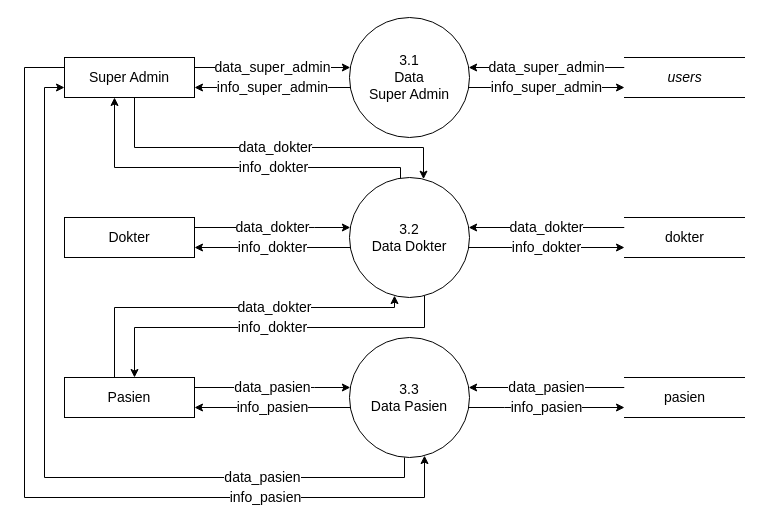
Above: laporan/DFD/DFD Level 1 User.drawio in FarrelArrahman/si_manajemen_reseller (draw.io), before the change. Source tidied: cells renumbered, new cells numbered last; positions are measured from the earlier drawing's top-left corner, leaving out a move shared by most shapes. Both pictures are drawn from the tidied source at 100%, with x=0, y=0 at pixel (24, 17).
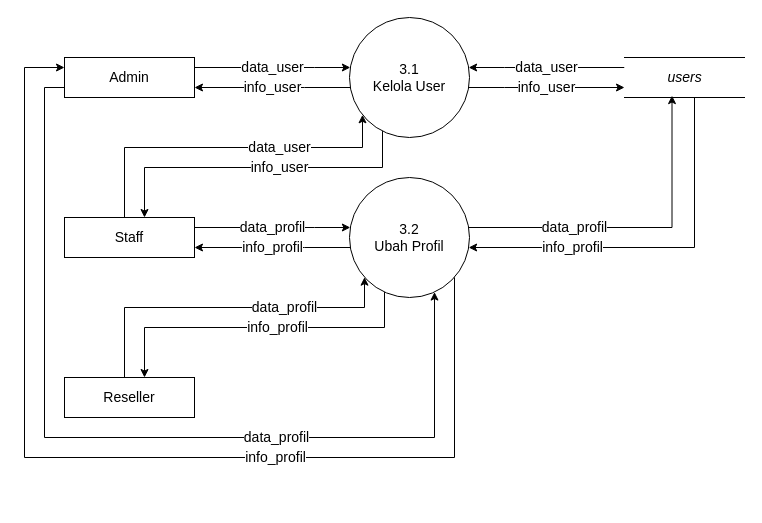
The same diagram, later.

The change refers to these unchanged cells:
```xml
<mxCell id="22" value="&lt;i style=&quot;font-size: 14px;&quot;&gt;users&lt;/i&gt;" style="html=1;dashed=0;whitespace=wrap;shape=partialRectangle;right=0;left=0;fontSize=14;" parent="1" vertex="1">
  <mxGeometry x="600" y="40" width="120" height="40" as="geometry" />
</mxCell>
```

Diff of the diagram source:
```diff
@@
-    <mxCell id="2" value="&lt;font style=&quot;font-size: 14px;&quot;&gt;3.1&lt;br style=&quot;font-size: 14px;&quot;&gt;Data&lt;br style=&quot;font-size: 14px;&quot;&gt;Super Admin&lt;br style=&quot;font-size: 14px;&quot;&gt;&lt;/font&gt;" style="ellipse;whiteSpace=wrap;html=1;fontSize=14;" parent="1" vertex="1">
+    <mxCell id="2" value="&lt;font style=&quot;font-size: 14px&quot;&gt;3.1&lt;br style=&quot;font-size: 14px&quot;&gt;Kelola User&lt;br style=&quot;font-size: 14px&quot;&gt;&lt;/font&gt;" style="ellipse;whiteSpace=wrap;html=1;fontSize=14;" parent="1" vertex="1">
       <mxGeometry x="325" width="120" height="120" as="geometry" />
     </mxCell>
-    <mxCell id="3" value="data_super_admin" style="edgeStyle=orthogonalEdgeStyle;rounded=0;jettySize=auto;html=1;exitX=1;exitY=0.25;exitDx=0;exitDy=0;fontSize=14;" parent="1" edge="1" source="9" target="2">
+    <mxCell id="3" value="data_user" style="edgeStyle=orthogonalEdgeStyle;rounded=0;jettySize=auto;html=1;exitX=1;exitY=0.25;exitDx=0;exitDy=0;fontSize=14;" parent="1" edge="1" source="9" target="2">
       <mxGeometry relative="1" as="geometry">
         <Array as="points">
           <mxPoint x="290" y="50" />
           <mxPoint x="290" y="50" />
         </Array>
       </mxGeometry>
     </mxCell>
-    <mxCell id="4" value="info_super_admin" style="edgeStyle=orthogonalEdgeStyle;rounded=0;jettySize=auto;html=1;entryX=1;entryY=0.75;entryDx=0;entryDy=0;fontSize=14;" parent="1" edge="1" source="2" target="9">
+    <mxCell id="4" value="info_user" style="edgeStyle=orthogonalEdgeStyle;rounded=0;jettySize=auto;html=1;entryX=1;entryY=0.75;entryDx=0;entryDy=0;fontSize=14;" parent="1" edge="1" source="2" target="9">
       <mxGeometry relative="1" as="geometry">
         <Array as="points">
           <mxPoint x="280" y="70" />
           <mxPoint x="280" y="70" />
         </Array>
       </mxGeometry>
     </mxCell>
-    <mxCell id="5" value="data_dokter" style="edgeStyle=orthogonalEdgeStyle;rounded=0;jettySize=auto;html=1;fontSize=14;" parent="1" edge="1" source="9" target="18">
-      <mxGeometry x="0.03" relative="1" as="geometry">
+    <mxCell id="5" value="data_profil" style="edgeStyle=orthogonalEdgeStyle;rounded=0;jettySize=auto;html=1;fontSize=14;" parent="1" edge="1" source="9" target="18">
+      <mxGeometry x="0.33" relative="1" as="geometry">
         <Array as="points">
-          <mxPoint x="110" y="130" />
-          <mxPoint x="399" y="130" />
+          <mxPoint x="20" y="70" />
+          <mxPoint x="20" y="420" />
+          <mxPoint x="410" y="420" />
         </Array>
       </mxGeometry>
     </mxCell>
-    <mxCell id="6" value="info_dokter" style="edgeStyle=orthogonalEdgeStyle;rounded=0;jettySize=auto;html=1;fontSize=14;" parent="1" edge="1" source="18" target="9">
-      <mxGeometry x="-0.25" relative="1" as="geometry">
+    <mxCell id="6" value="info_profil" style="edgeStyle=orthogonalEdgeStyle;rounded=0;jettySize=auto;html=1;fontSize=14;" parent="1" edge="1" source="18" target="9">
+      <mxGeometry x="-0.31" relative="1" as="geometry">
         <Array as="points">
-          <mxPoint x="376" y="150" />
-          <mxPoint x="90" y="150" />
+          <mxPoint x="430" y="440" />
+          <mxPoint y="440" />
+          <mxPoint y="50" />
         </Array>
       </mxGeometry>
     </mxCell>
-    <mxCell id="7" value="info_pasien" style="edgeStyle=orthogonalEdgeStyle;rounded=0;jettySize=auto;html=1;exitX=0;exitY=0.25;exitDx=0;exitDy=0;fontSize=14;" parent="1" edge="1" source="9" target="19">
-      <mxGeometry x="0.56" relative="1" as="geometry">
-        <Array as="points">
-          <mxPoint y="50" />
-          <mxPoint y="480" />
-          <mxPoint x="400" y="480" />
-        </Array>
-      </mxGeometry>
-    </mxCell>
-    <mxCell id="8" value="data_pasien" style="edgeStyle=orthogonalEdgeStyle;rounded=0;jettySize=auto;html=1;entryX=0;entryY=0.75;entryDx=0;entryDy=0;fontSize=14;" parent="1" edge="1" source="19" target="9">
-      <mxGeometry x="-0.59" relative="1" as="geometry">
-        <Array as="points">
-          <mxPoint x="380" y="460" />
-          <mxPoint x="20" y="460" />
-          <mxPoint x="20" y="70" />
-        </Array>
-      </mxGeometry>
-    </mxCell>
-    <mxCell id="9" value="Super Admin" style="rounded=0;whiteSpace=wrap;html=1;fontSize=14;" parent="1" vertex="1">
+    <mxCell id="9" value="Admin" style="rounded=0;whiteSpace=wrap;html=1;fontSize=14;" parent="1" vertex="1">
       <mxGeometry x="40" y="40" width="130" height="40" as="geometry" />
     </mxCell>
-    <mxCell id="10" value="data_pasien" style="edgeStyle=orthogonalEdgeStyle;rounded=0;jettySize=auto;html=1;exitX=1;exitY=0.25;exitDx=0;exitDy=0;fontSize=14;" parent="1" edge="1" source="14" target="19">
-      <mxGeometry relative="1" as="geometry">
-        <Array as="points">
-          <mxPoint x="290" y="370" />
-          <mxPoint x="290" y="370" />
-        </Array>
-      </mxGeometry>
-    </mxCell>
-    <mxCell id="11" value="info_pasien" style="edgeStyle=orthogonalEdgeStyle;rounded=0;jettySize=auto;html=1;entryX=1;entryY=0.75;entryDx=0;entryDy=0;fontSize=14;" parent="1" edge="1" source="19" target="14">
-      <mxGeometry relative="1" as="geometry">
-        <Array as="points">
-          <mxPoint x="280" y="390" />
-          <mxPoint x="280" y="390" />
-        </Array>
-      </mxGeometry>
-    </mxCell>
-    <mxCell id="12" value="data_dokter" style="edgeStyle=orthogonalEdgeStyle;rounded=0;jettySize=auto;html=1;exitX=0.25;exitY=0;exitDx=0;exitDy=0;fontSize=14;" parent="1" edge="1" source="14" target="18">
-      <mxGeometry x="0.3" relative="1" as="geometry">
+    <mxCell id="12" value="data_profil" style="edgeStyle=orthogonalEdgeStyle;rounded=0;jettySize=auto;html=1;fontSize=14;" parent="1" edge="1" source="14" target="18">
+      <mxGeometry x="0.35" relative="1" as="geometry">
         <Array as="points">
-          <mxPoint x="90" y="360" />
-          <mxPoint x="90" y="290" />
-          <mxPoint x="370" y="290" />
+          <mxPoint x="100" y="290" />
+          <mxPoint x="340" y="290" />
         </Array>
       </mxGeometry>
     </mxCell>
-    <mxCell id="13" value="info_dokter" style="edgeStyle=orthogonalEdgeStyle;rounded=0;jettySize=auto;html=1;fontSize=14;" parent="1" edge="1" source="18" target="14">
-      <mxGeometry x="-0.01" relative="1" as="geometry">
+    <mxCell id="13" value="info_profil" style="edgeStyle=orthogonalEdgeStyle;rounded=0;jettySize=auto;html=1;fontSize=14;" parent="1" edge="1" source="18" target="14">
+      <mxGeometry x="-0.13" relative="1" as="geometry">
         <Array as="points">
-          <mxPoint x="400" y="310" />
-          <mxPoint x="110" y="310" />
+          <mxPoint x="360" y="310" />
+          <mxPoint x="120" y="310" />
         </Array>
       </mxGeometry>
     </mxCell>
-    <mxCell id="14" value="Pasien" style="rounded=0;whiteSpace=wrap;html=1;fontSize=14;" parent="1" vertex="1">
+    <mxCell id="14" value="Reseller" style="rounded=0;whiteSpace=wrap;html=1;fontSize=14;" parent="1" vertex="1">
       <mxGeometry x="40" y="360" width="130" height="40" as="geometry" />
     </mxCell>
-    <mxCell id="15" value="data_dokter" style="edgeStyle=orthogonalEdgeStyle;rounded=0;jettySize=auto;html=1;exitX=1;exitY=0.25;exitDx=0;exitDy=0;fontSize=14;" parent="1" edge="1" source="17" target="18">
+    <mxCell id="15" value="data_profil" style="edgeStyle=orthogonalEdgeStyle;rounded=0;jettySize=auto;html=1;exitX=1;exitY=0.25;exitDx=0;exitDy=0;fontSize=14;" parent="1" edge="1" source="17" target="18">
       <mxGeometry relative="1" as="geometry">
         <Array as="points">
           <mxPoint x="290" y="210" />
           <mxPoint x="290" y="210" />
         </Array>
       </mxGeometry>
     </mxCell>
-    <mxCell id="16" value="info_dokter" style="edgeStyle=orthogonalEdgeStyle;rounded=0;jettySize=auto;html=1;entryX=1;entryY=0.75;entryDx=0;entryDy=0;fontSize=14;" parent="1" edge="1" source="18" target="17">
+    <mxCell id="16" value="info_profil" style="edgeStyle=orthogonalEdgeStyle;rounded=0;jettySize=auto;html=1;entryX=1;entryY=0.75;entryDx=0;entryDy=0;fontSize=14;" parent="1" edge="1" source="18" target="17">
       <mxGeometry relative="1" as="geometry">
         <Array as="points">
           <mxPoint x="280" y="230" />
           <mxPoint x="280" y="230" />
         </Array>
       </mxGeometry>
     </mxCell>
-    <mxCell id="17" value="Dokter" style="rounded=0;whiteSpace=wrap;html=1;fontSize=14;" parent="1" vertex="1">
+    <mxCell id="17" value="Staff" style="rounded=0;whiteSpace=wrap;html=1;fontSize=14;" parent="1" vertex="1">
       <mxGeometry x="40" y="200" width="130" height="40" as="geometry" />
     </mxCell>
-    <mxCell id="18" value="&lt;font style=&quot;font-size: 14px;&quot;&gt;3.2&lt;br style=&quot;font-size: 14px;&quot;&gt;Data Dokter&lt;br style=&quot;font-size: 14px;&quot;&gt;&lt;/font&gt;" style="ellipse;whiteSpace=wrap;html=1;fontSize=14;" parent="1" vertex="1">
+    <mxCell id="18" value="&lt;font style=&quot;font-size: 14px&quot;&gt;3.2&lt;br style=&quot;font-size: 14px&quot;&gt;Ubah Profil&lt;br style=&quot;font-size: 14px&quot;&gt;&lt;/font&gt;" style="ellipse;whiteSpace=wrap;html=1;fontSize=14;" parent="1" vertex="1">
       <mxGeometry x="325" y="160" width="120" height="120" as="geometry" />
     </mxCell>
-    <mxCell id="19" value="&lt;font style=&quot;font-size: 14px;&quot;&gt;3.3&lt;br style=&quot;font-size: 14px;&quot;&gt;Data Pasien&lt;br style=&quot;font-size: 14px;&quot;&gt;&lt;/font&gt;" style="ellipse;whiteSpace=wrap;html=1;fontSize=14;" parent="1" vertex="1">
-      <mxGeometry x="325" y="320" width="120" height="120" as="geometry" />
-    </mxCell>
-    <mxCell id="20" value="data_super_admin" style="edgeStyle=orthogonalEdgeStyle;rounded=0;jettySize=auto;html=1;exitX=0;exitY=0.25;exitDx=0;exitDy=0;fontSize=14;" parent="1" edge="1" source="22" target="2">
+    <mxCell id="20" value="data_user" style="edgeStyle=orthogonalEdgeStyle;rounded=0;jettySize=auto;html=1;exitX=0;exitY=0.25;exitDx=0;exitDy=0;fontSize=14;" parent="1" edge="1" source="22" target="2">
       <mxGeometry relative="1" as="geometry">
         <Array as="points">
           <mxPoint x="480" y="50" />
           <mxPoint x="480" y="50" />
         </Array>
       </mxGeometry>
     </mxCell>
-    <mxCell id="21" value="info_super_admin" style="edgeStyle=orthogonalEdgeStyle;rounded=0;jettySize=auto;html=1;entryX=0;entryY=0.75;entryDx=0;entryDy=0;fontSize=14;" parent="1" edge="1" source="2" target="22">
+    <mxCell id="21" value="info_user" style="edgeStyle=orthogonalEdgeStyle;rounded=0;jettySize=auto;html=1;entryX=0;entryY=0.75;entryDx=0;entryDy=0;fontSize=14;" parent="1" edge="1" source="2" target="22">
       <mxGeometry relative="1" as="geometry">
         <Array as="points">
           <mxPoint x="480" y="70" />
           <mxPoint x="480" y="70" />
         </Array>
       </mxGeometry>
     </mxCell>
@@
-    <mxCell id="23" value="data_pasien" style="edgeStyle=orthogonalEdgeStyle;rounded=0;jettySize=auto;html=1;exitX=0;exitY=0.25;exitDx=0;exitDy=0;fontSize=14;" parent="1" edge="1" source="25" target="19">
-      <mxGeometry relative="1" as="geometry">
-        <Array as="points">
-          <mxPoint x="490" y="370" />
-          <mxPoint x="490" y="370" />
-        </Array>
-      </mxGeometry>
-    </mxCell>
-    <mxCell id="24" value="info_pasien" style="edgeStyle=orthogonalEdgeStyle;rounded=0;jettySize=auto;html=1;entryX=0;entryY=0.75;entryDx=0;entryDy=0;fontSize=14;" parent="1" edge="1" source="19" target="25">
-      <mxGeometry relative="1" as="geometry">
-        <Array as="points">
-          <mxPoint x="480" y="390" />
-          <mxPoint x="480" y="390" />
-        </Array>
-      </mxGeometry>
-    </mxCell>
-    <mxCell id="25" value="pasien" style="html=1;dashed=0;whitespace=wrap;shape=partialRectangle;right=0;left=0;fontSize=14;" parent="1" vertex="1">
-      <mxGeometry x="600" y="360" width="120" height="40" as="geometry" />
-    </mxCell>
-    <mxCell id="26" value="data_dokter" style="edgeStyle=orthogonalEdgeStyle;rounded=0;jettySize=auto;html=1;exitX=0;exitY=0.25;exitDx=0;exitDy=0;fontSize=14;" parent="1" edge="1" source="28" target="18">
-      <mxGeometry relative="1" as="geometry">
-        <Array as="points">
-          <mxPoint x="490" y="210" />
-          <mxPoint x="490" y="210" />
-        </Array>
-      </mxGeometry>
-    </mxCell>
-    <mxCell id="27" value="info_dokter" style="edgeStyle=orthogonalEdgeStyle;rounded=0;jettySize=auto;html=1;entryX=0;entryY=0.75;entryDx=0;entryDy=0;fontSize=14;" parent="1" edge="1" source="18" target="28">
-      <mxGeometry relative="1" as="geometry">
-        <Array as="points">
-          <mxPoint x="490" y="230" />
-          <mxPoint x="490" y="230" />
-        </Array>
-      </mxGeometry>
-    </mxCell>
-    <mxCell id="28" value="dokter" style="html=1;dashed=0;whitespace=wrap;shape=partialRectangle;right=0;left=0;fontSize=14;" parent="1" vertex="1">
-      <mxGeometry x="600" y="200" width="120" height="40" as="geometry" />
-    </mxCell>
+    <mxCell id="29" value="data_profil" style="edgeStyle=orthogonalEdgeStyle;rounded=0;jettySize=auto;html=1;fontSize=14;" parent="1" edge="1" source="18">
+      <mxGeometry x="-0.37" relative="1" as="geometry">
+        <mxPoint x="647.5" y="78.1" as="targetPoint" />
+        <Array as="points">
+          <mxPoint x="648" y="210" />
+        </Array>
+      </mxGeometry>
+    </mxCell>
+    <mxCell id="30" value="info_profil" style="edgeStyle=orthogonalEdgeStyle;rounded=0;jettySize=auto;html=1;fontSize=14;" parent="1" edge="1" source="22" target="18">
+      <mxGeometry x="0.45" relative="1" as="geometry">
+        <Array as="points">
+          <mxPoint x="670" y="230" />
+        </Array>
+      </mxGeometry>
+    </mxCell>
+    <mxCell id="31" value="data_user" style="edgeStyle=orthogonalEdgeStyle;rounded=0;jettySize=auto;html=1;fontSize=14;" parent="1" edge="1" source="17" target="2">
+      <mxGeometry x="0.32" relative="1" as="geometry">
+        <Array as="points">
+          <mxPoint x="100" y="130" />
+          <mxPoint x="338" y="130" />
+        </Array>
+      </mxGeometry>
+    </mxCell>
+    <mxCell id="32" value="info_user" style="edgeStyle=orthogonalEdgeStyle;rounded=0;jettySize=auto;html=1;fontSize=14;" parent="1" edge="1" source="2" target="17">
+      <mxGeometry x="-0.14" relative="1" as="geometry">
+        <Array as="points">
+          <mxPoint x="358" y="150" />
+          <mxPoint x="120" y="150" />
+        </Array>
+      </mxGeometry>
+    </mxCell>
```
